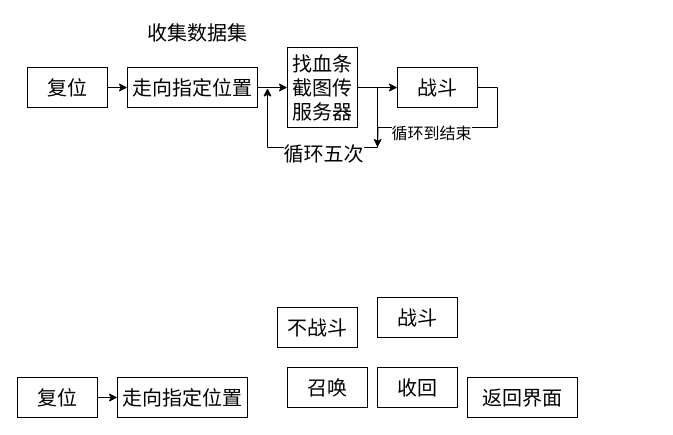
The draw.io diagram 状态机.drawio in lanendiencgr2002/eggkid_mob_spawner, before the edit. Source tidied: cells renumbered, new cells numbered last; positions are measured from the earlier drawing's top-left corner, leaving out a move shared by most shapes. Both pictures are drawn from the tidied source at 100%, with x=0, y=0 at pixel (17, 17).
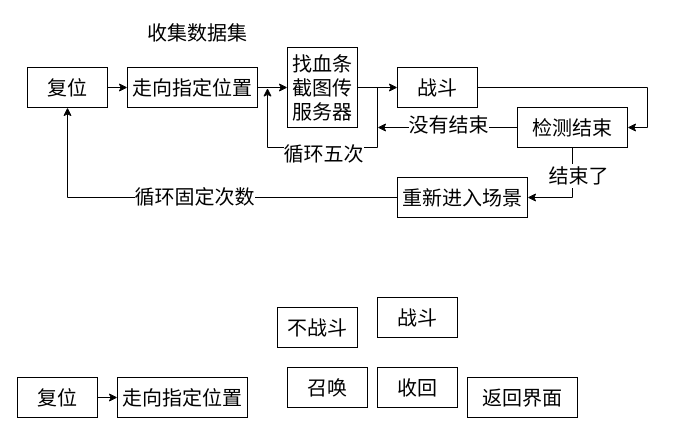
Above is the later version.

Commit message (it also covers changes not shown here):
更新状态机.drawio

The change refers to these unchanged cells:
```xml
<mxCell id="11" value="&lt;font style=&quot;font-size: 20px;&quot;&gt;复位&lt;/font&gt;" style="rounded=0;whiteSpace=wrap;html=1;" parent="1" vertex="1">
  <mxGeometry x="10" y="50" width="80" height="40" as="geometry" />
</mxCell>
<mxCell id="21" value="&lt;span style=&quot;font-size: 20px;&quot;&gt;战斗&lt;/span&gt;" style="rounded=0;whiteSpace=wrap;html=1;" parent="1" vertex="1">
  <mxGeometry x="380" y="50" width="80" height="40" as="geometry" />
</mxCell>
```

The edit, as a diff of the source:
```diff
@@
-    <mxCell id="19" style="edgeStyle=orthogonalEdgeStyle;rounded=0;jettySize=auto;html=1;exitX=1;exitY=0.5;exitDx=0;exitDy=0;" parent="1" edge="1" source="21">
-      <mxGeometry relative="1" as="geometry">
-        <mxPoint x="360" y="130" as="targetPoint" />
-      </mxGeometry>
-    </mxCell>
-    <mxCell id="20" value="&lt;font style=&quot;font-size: 16px;&quot;&gt;循环到结束&lt;/font&gt;" style="edgeLabel;html=1;align=center;verticalAlign=middle;" parent="19" vertex="1">
-      <mxGeometry x="0.27" y="5" relative="1" as="geometry" />
-    </mxCell>
+    <mxCell id="22" style="edgeStyle=orthogonalEdgeStyle;rounded=0;jettySize=auto;html=1;entryX=1;entryY=0.5;entryDx=0;entryDy=0;" parent="1" edge="1" source="21" target="27">
+      <mxGeometry relative="1" as="geometry" />
+    </mxCell>
@@
+    <mxCell id="23" style="edgeStyle=orthogonalEdgeStyle;rounded=0;jettySize=auto;html=1;exitX=0;exitY=0.5;exitDx=0;exitDy=0;" parent="1" edge="1" source="27">
+      <mxGeometry relative="1" as="geometry">
+        <mxPoint x="360" y="110" as="targetPoint" />
+      </mxGeometry>
+    </mxCell>
+    <mxCell id="24" value="&lt;font style=&quot;font-size: 20px;&quot;&gt;没有结束&lt;/font&gt;" style="edgeLabel;html=1;align=center;verticalAlign=middle;" parent="23" vertex="1">
+      <mxGeometry x="0.24" y="-4" relative="1" as="geometry">
+        <mxPoint x="17" as="offset" />
+      </mxGeometry>
+    </mxCell>
+    <mxCell id="25" style="edgeStyle=orthogonalEdgeStyle;rounded=0;jettySize=auto;html=1;entryX=1;entryY=0.5;entryDx=0;entryDy=0;" parent="1" edge="1" source="27" target="30">
+      <mxGeometry relative="1" as="geometry" />
+    </mxCell>
+    <mxCell id="26" value="&lt;font style=&quot;font-size: 20px;&quot;&gt;结束了&lt;/font&gt;" style="edgeLabel;html=1;align=center;verticalAlign=middle;" parent="25" vertex="1">
+      <mxGeometry x="-0.44" y="5" relative="1" as="geometry" />
+    </mxCell>
+    <mxCell id="27" value="&lt;span style=&quot;font-size: 20px;&quot;&gt;检测结束&lt;/span&gt;" style="rounded=0;whiteSpace=wrap;html=1;" parent="1" vertex="1">
+      <mxGeometry x="500" y="90" width="110" height="40" as="geometry" />
+    </mxCell>
+    <mxCell id="28" style="edgeStyle=orthogonalEdgeStyle;rounded=0;jettySize=auto;html=1;entryX=0.5;entryY=1;entryDx=0;entryDy=0;" parent="1" edge="1" source="30" target="11">
+      <mxGeometry relative="1" as="geometry" />
+    </mxCell>
+    <mxCell id="29" value="&lt;font style=&quot;font-size: 20px;&quot;&gt;循环固定次数&lt;/font&gt;" style="edgeLabel;html=1;align=center;verticalAlign=middle;" parent="28" vertex="1">
+      <mxGeometry x="-0.03" y="-2" relative="1" as="geometry" />
+    </mxCell>
+    <mxCell id="30" value="&lt;font style=&quot;font-size: 20px;&quot;&gt;重新进入场景&lt;/font&gt;" style="rounded=0;whiteSpace=wrap;html=1;" parent="1" vertex="1">
+      <mxGeometry x="380" y="160" width="130" height="40" as="geometry" />
+    </mxCell>
```
